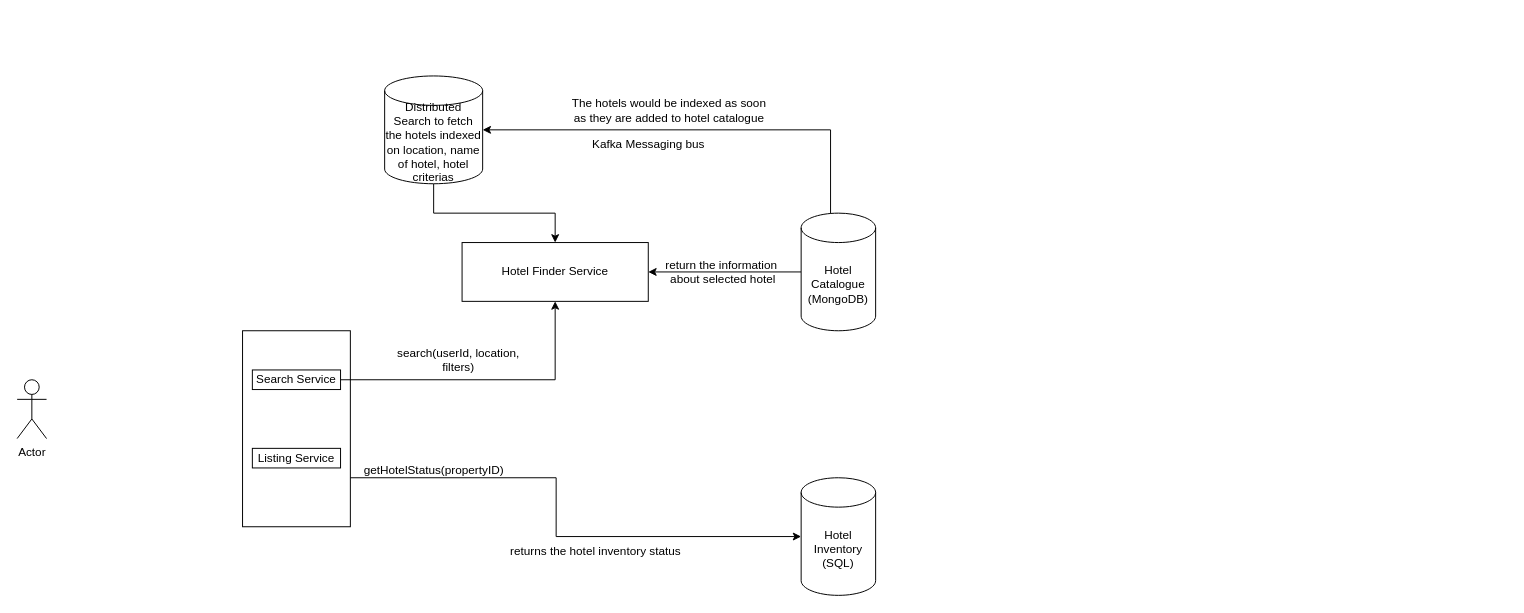
The draw.io diagram HotelManagementSystem.drawio in anshul1790/system-design-playground, before the edit. Source tidied: cells renumbered, new cells numbered last; positions are measured from the earlier drawing's top-left corner, leaving out a move shared by most shapes. Both pictures are drawn from the tidied source at 98%, with x=0, y=0 at pixel (17, 75).
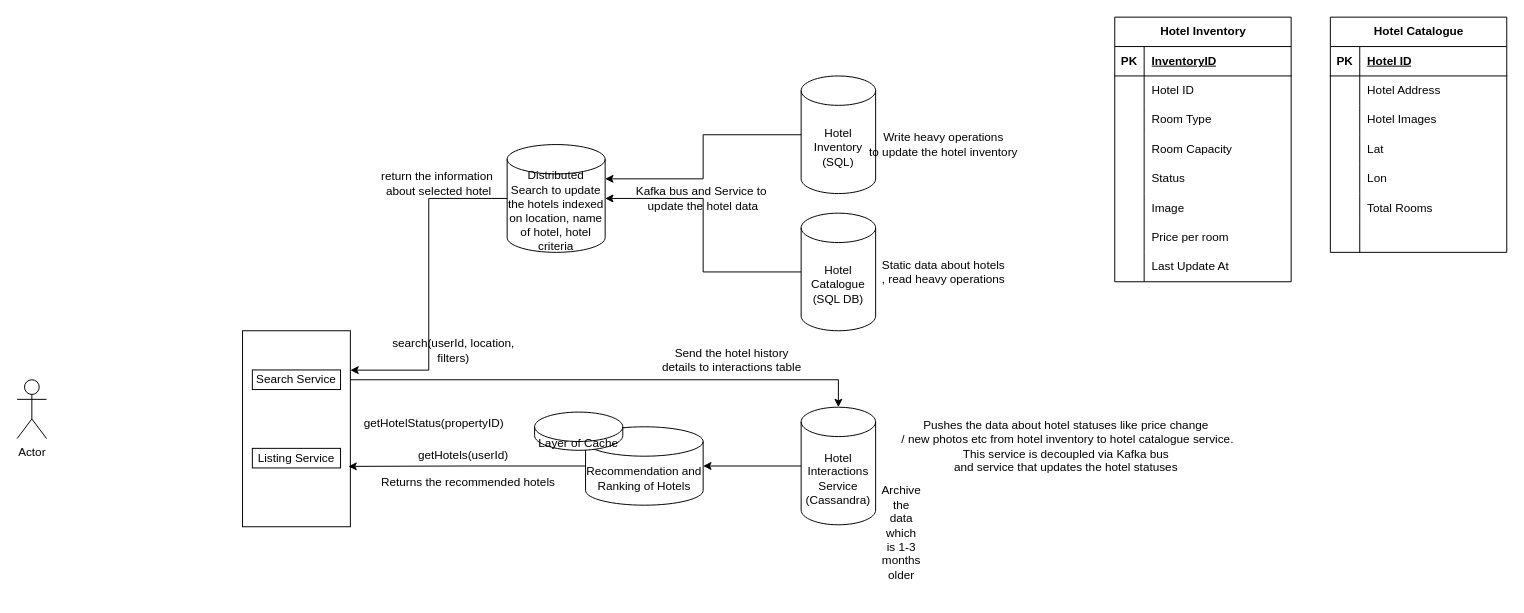
The same diagram, later.

Unchanged cells that the change refers to:
```xml
<mxCell id="2" style="rounded=0;whiteSpace=wrap;html=1;" parent="1" vertex="1">
  <mxGeometry x="230" y="260" width="110" height="200" as="geometry" />
</mxCell>
<mxCell id="12" value="Search Service" style="rounded=0;whiteSpace=wrap;html=1;" parent="1" vertex="1">
  <mxGeometry x="240" y="300" width="90" height="20" as="geometry" />
</mxCell>
```

Diff of the diagram source:
```diff
@@
-    <mxCell id="3" style="edgeStyle=orthogonalEdgeStyle;rounded=0;jettySize=auto;html=1;entryX=1;entryY=0.5;entryDx=0;entryDy=0;" parent="1" edge="1" source="4" target="14">
+    <mxCell id="3" style="edgeStyle=orthogonalEdgeStyle;rounded=0;jettySize=auto;html=1;entryX=1;entryY=0.5;entryDx=0;entryDy=0;entryPerimeter=0;" parent="1" edge="1" source="4" target="16">
       <mxGeometry relative="1" as="geometry" />
     </mxCell>
-    <mxCell id="4" value="Hotel Catalogue&lt;div&gt;(MongoDB)&lt;/div&gt;" style="shape=cylinder3;whiteSpace=wrap;html=1;boundedLbl=1;backgroundOutline=1;size=15;" parent="1" vertex="1">
+    <mxCell id="4" value="Hotel Catalogue&lt;div&gt;(SQL DB)&lt;/div&gt;" style="shape=cylinder3;whiteSpace=wrap;html=1;boundedLbl=1;backgroundOutline=1;size=15;" parent="1" vertex="1">
       <mxGeometry x="800" y="140" width="76" height="120" as="geometry" />
     </mxCell>
     <mxCell id="5" value="Hotel Inventory&lt;div&gt;(SQL)&lt;/div&gt;" style="shape=cylinder3;whiteSpace=wrap;html=1;boundedLbl=1;backgroundOutline=1;size=15;" parent="1" vertex="1">
-      <mxGeometry x="800" y="410" width="76" height="120" as="geometry" />
+      <mxGeometry x="800" width="76" height="120" as="geometry" />
     </mxCell>
     <mxCell id="6" value="search(userId, location,&lt;div&gt;filters)&lt;/div&gt;" style="text;html=1;align=center;verticalAlign=middle;strokeColor=none;fillColor=none;" parent="1" vertex="1">
-      <mxGeometry x="375" y="270" width="150" height="40" as="geometry" />
+      <mxGeometry x="370" y="260" width="150" height="40" as="geometry" />
     </mxCell>
-    <mxCell id="7" value="returns the hotel inventory status" style="text;html=1;align=center;verticalAlign=middle;strokeColor=none;fillColor=none;" parent="1" vertex="1">
-      <mxGeometry x="490" y="470" width="200" height="30" as="geometry" />
-    </mxCell>
-    <mxCell id="8" style="edgeStyle=orthogonalEdgeStyle;rounded=0;jettySize=auto;html=1;exitX=1;exitY=0.75;exitDx=0;exitDy=0;entryX=0;entryY=0.5;entryDx=0;entryDy=0;entryPerimeter=0;" parent="1" edge="1" source="2" target="5">
-      <mxGeometry relative="1" as="geometry">
-        <Array as="points">
-          <mxPoint x="550" y="410" />
-          <mxPoint x="550" y="470" />
-        </Array>
-      </mxGeometry>
-    </mxCell>
     <mxCell id="9" value="getHotelStatus(propertyID)" style="text;html=1;align=center;verticalAlign=middle;strokeColor=none;fillColor=none;" parent="1" vertex="1">
-      <mxGeometry x="340" y="388" width="170" height="30" as="geometry" />
+      <mxGeometry x="340" y="340" width="170" height="30" as="geometry" />
     </mxCell>
@@
-    <mxCell id="11" style="edgeStyle=orthogonalEdgeStyle;rounded=0;jettySize=auto;html=1;entryX=0.5;entryY=1;entryDx=0;entryDy=0;" parent="1" edge="1" source="12" target="14">
-      <mxGeometry relative="1" as="geometry" />
-    </mxCell>
@@
-    <mxCell id="14" value="Hotel Finder Service" style="rounded=0;whiteSpace=wrap;html=1;" parent="1" vertex="1">
-      <mxGeometry x="454" y="170" width="190" height="60" as="geometry" />
-    </mxCell>
-    <mxCell id="15" style="edgeStyle=orthogonalEdgeStyle;rounded=0;jettySize=auto;html=1;" parent="1" edge="1" source="16" target="14">
-      <mxGeometry relative="1" as="geometry" />
-    </mxCell>
-    <mxCell id="16" value="Distributed Search to fetch the hotels indexed on location, name of hotel, hotel criterias" style="shape=cylinder3;whiteSpace=wrap;html=1;boundedLbl=1;backgroundOutline=1;size=15;" parent="1" vertex="1">
-      <mxGeometry x="375" width="100" height="110" as="geometry" />
+    <mxCell id="16" value="Distributed Search to update the hotels indexed on location, name of hotel, hotel criteria" style="shape=cylinder3;whiteSpace=wrap;html=1;boundedLbl=1;backgroundOutline=1;size=15;" parent="1" vertex="1">
+      <mxGeometry x="500" y="70" width="100" height="110" as="geometry" />
     </mxCell>
     <mxCell id="17" value="return the information&amp;nbsp;&lt;div&gt;about selected hotel&lt;br&gt;&lt;/div&gt;" style="text;html=1;align=center;verticalAlign=middle;strokeColor=none;fillColor=none;" parent="1" vertex="1">
-      <mxGeometry x="650" y="180" width="140" height="40" as="geometry" />
+      <mxGeometry x="360" y="90" width="140" height="40" as="geometry" />
     </mxCell>
-    <mxCell id="18" style="edgeStyle=orthogonalEdgeStyle;rounded=0;jettySize=auto;html=1;entryX=1;entryY=0.5;entryDx=0;entryDy=0;entryPerimeter=0;" parent="1" edge="1" source="4" target="16">
-      <mxGeometry relative="1" as="geometry">
-        <Array as="points">
-          <mxPoint x="830" y="55" />
-        </Array>
-      </mxGeometry>
-    </mxCell>
-    <mxCell id="19" value="The hotels would be indexed as soon&lt;div&gt;as they are added to hotel catalogue&lt;/div&gt;" style="text;html=1;align=center;verticalAlign=middle;strokeColor=none;fillColor=none;" parent="1" vertex="1">
-      <mxGeometry x="555" y="15" width="220" height="40" as="geometry" />
-    </mxCell>
-    <mxCell id="20" value="Kafka Messaging bus" style="text;html=1;align=center;verticalAlign=middle;strokeColor=none;fillColor=none;" parent="1" vertex="1">
-      <mxGeometry x="574" y="55" width="140" height="30" as="geometry" />
-    </mxCell>
+    <mxCell id="21" value="Kafka bus and Service to&lt;div&gt;&amp;nbsp;update the hotel data&lt;/div&gt;" style="text;html=1;align=center;verticalAlign=middle;strokeColor=none;fillColor=none;" parent="1" vertex="1">
+      <mxGeometry x="618" y="105" width="160" height="40" as="geometry" />
+    </mxCell>
+    <mxCell id="22" value="Hotel Interactions Service&lt;div&gt;(Cassandra)&lt;/div&gt;" style="shape=cylinder3;whiteSpace=wrap;html=1;boundedLbl=1;backgroundOutline=1;size=15;" parent="1" vertex="1">
+      <mxGeometry x="800" y="338" width="76" height="120" as="geometry" />
+    </mxCell>
+    <mxCell id="23" value="&lt;div&gt;Recommendation and Ranking of Hotels&lt;/div&gt;" style="shape=cylinder3;whiteSpace=wrap;html=1;boundedLbl=1;backgroundOutline=1;size=15;" parent="1" vertex="1">
+      <mxGeometry x="580" y="358" width="120" height="80" as="geometry" />
+    </mxCell>
+    <mxCell id="24" style="edgeStyle=orthogonalEdgeStyle;rounded=0;jettySize=auto;html=1;entryX=1;entryY=0.5;entryDx=0;entryDy=0;entryPerimeter=0;" parent="1" edge="1" source="22" target="23">
+      <mxGeometry relative="1" as="geometry" />
+    </mxCell>
+    <mxCell id="25" style="edgeStyle=orthogonalEdgeStyle;rounded=0;jettySize=auto;html=1;entryX=0.982;entryY=0.692;entryDx=0;entryDy=0;entryPerimeter=0;" parent="1" edge="1" source="23" target="2">
+      <mxGeometry relative="1" as="geometry" />
+    </mxCell>
+    <mxCell id="26" style="edgeStyle=orthogonalEdgeStyle;rounded=0;jettySize=auto;html=1;exitX=1;exitY=0.25;exitDx=0;exitDy=0;entryX=0.5;entryY=0;entryDx=0;entryDy=0;entryPerimeter=0;" parent="1" edge="1" source="2" target="22">
+      <mxGeometry relative="1" as="geometry">
+        <Array as="points">
+          <mxPoint x="838" y="310" />
+        </Array>
+      </mxGeometry>
+    </mxCell>
+    <mxCell id="27" style="edgeStyle=orthogonalEdgeStyle;rounded=0;jettySize=auto;html=1;entryX=1;entryY=0.201;entryDx=0;entryDy=0;entryPerimeter=0;" parent="1" edge="1" source="16" target="2">
+      <mxGeometry relative="1" as="geometry" />
+    </mxCell>
+    <mxCell id="28" value="Send the hotel history&lt;div&gt;details to interactions table&lt;/div&gt;" style="text;html=1;align=center;verticalAlign=middle;strokeColor=none;fillColor=none;" parent="1" vertex="1">
+      <mxGeometry x="644" y="270" width="170" height="40" as="geometry" />
+    </mxCell>
+    <mxCell id="29" value="Pushes the data about hotel statuses like price change&lt;div&gt;&amp;nbsp;/ new photos etc from hotel inventory to hotel catalogue service.&lt;/div&gt;&lt;div&gt;This service is decoupled via Kafka bus&lt;/div&gt;&lt;div&gt;and service that updates the hotel statuses&lt;/div&gt;" style="text;html=1;align=center;verticalAlign=middle;strokeColor=none;fillColor=none;" parent="1" vertex="1">
+      <mxGeometry x="885" y="343" width="370" height="70" as="geometry" />
+    </mxCell>
+    <mxCell id="30" value="Returns the recommended hotels" style="text;html=1;align=center;verticalAlign=middle;strokeColor=none;fillColor=none;" parent="1" vertex="1">
+      <mxGeometry x="360" y="400" width="200" height="30" as="geometry" />
+    </mxCell>
+    <mxCell id="31" value="&lt;div&gt;Layer of Cache&lt;/div&gt;" style="shape=cylinder3;whiteSpace=wrap;html=1;boundedLbl=1;backgroundOutline=1;size=15;" parent="1" vertex="1">
+      <mxGeometry x="528" y="343" width="90" height="39" as="geometry" />
+    </mxCell>
+    <mxCell id="32" value="getHotels(userId)" style="text;html=1;align=center;verticalAlign=middle;strokeColor=none;fillColor=none;" parent="1" vertex="1">
+      <mxGeometry x="400" y="374" width="110" height="26" as="geometry" />
+    </mxCell>
+    <mxCell id="33" value="&lt;br class=&quot;Apple-interchange-newline&quot;&gt;&lt;span style=&quot;text-wrap-mode: wrap;&quot;&gt;Archive the data which is 1-3 months older&lt;/span&gt;" style="text;html=1;align=center;verticalAlign=middle;strokeColor=none;fillColor=none;" parent="1" vertex="1">
+      <mxGeometry x="780" y="438" width="244" height="41" as="geometry" />
+    </mxCell>
+    <mxCell id="34" value="Hotel Inventory" style="shape=table;startSize=30;childLayout=tableLayout;rowLines=0;fontStyle=1;align=center;html=1;" parent="1" vertex="1">
+      <mxGeometry x="1120" y="-60" width="180" height="270" as="geometry" />
+    </mxCell>
+    <mxCell id="35" style="shape=tableRow;horizontal=0;startSize=0;swimlaneHead=0;swimlaneBody=0;fillColor=none;top=0;left=0;right=0;bottom=1;" parent="34" vertex="1">
+      <mxGeometry y="30" width="180" height="30" as="geometry" />
+    </mxCell>
+    <mxCell id="36" value="PK" style="shape=partialRectangle;fillColor=none;top=0;left=0;bottom=0;right=0;fontStyle=1;overflow=hidden;whiteSpace=wrap;html=1;" parent="35" vertex="1">
+      <mxGeometry width="30" height="30" as="geometry" />
+    </mxCell>
+    <mxCell id="37" value="InventoryID" style="shape=partialRectangle;fillColor=none;top=0;left=0;bottom=0;right=0;align=left;spacingLeft=6;fontStyle=5;overflow=hidden;whiteSpace=wrap;html=1;" parent="35" vertex="1">
+      <mxGeometry x="30" width="150" height="30" as="geometry" />
+    </mxCell>
+    <mxCell id="38" style="shape=tableRow;horizontal=0;startSize=0;swimlaneHead=0;swimlaneBody=0;fillColor=none;top=0;left=0;right=0;bottom=0;" parent="34" vertex="1">
+      <mxGeometry y="60" width="180" height="30" as="geometry" />
+    </mxCell>
+    <mxCell id="39" style="shape=partialRectangle;fillColor=none;top=0;left=0;bottom=0;right=0;overflow=hidden;whiteSpace=wrap;html=1;" parent="38" vertex="1">
+      <mxGeometry width="30" height="30" as="geometry" />
+    </mxCell>
+    <mxCell id="40" value="Hotel ID" style="shape=partialRectangle;fillColor=none;top=0;left=0;bottom=0;right=0;align=left;spacingLeft=6;overflow=hidden;whiteSpace=wrap;html=1;" parent="38" vertex="1">
+      <mxGeometry x="30" width="150" height="30" as="geometry" />
+    </mxCell>
+    <mxCell id="41" style="shape=tableRow;horizontal=0;startSize=0;swimlaneHead=0;swimlaneBody=0;fillColor=none;top=0;left=0;right=0;bottom=0;" parent="34" vertex="1">
+      <mxGeometry y="90" width="180" height="30" as="geometry" />
+    </mxCell>
+    <mxCell id="42" style="shape=partialRectangle;fillColor=none;top=0;left=0;bottom=0;right=0;overflow=hidden;whiteSpace=wrap;html=1;" parent="41" vertex="1">
+      <mxGeometry width="30" height="30" as="geometry" />
+    </mxCell>
+    <mxCell id="43" value="Room Type" style="shape=partialRectangle;fillColor=none;top=0;left=0;bottom=0;right=0;align=left;spacingLeft=6;overflow=hidden;whiteSpace=wrap;html=1;" parent="41" vertex="1">
+      <mxGeometry x="30" width="150" height="30" as="geometry" />
+    </mxCell>
+    <mxCell id="44" style="shape=tableRow;horizontal=0;startSize=0;swimlaneHead=0;swimlaneBody=0;fillColor=none;top=0;left=0;right=0;bottom=0;" parent="34" vertex="1">
+      <mxGeometry y="120" width="180" height="30" as="geometry" />
+    </mxCell>
+    <mxCell id="45" style="shape=partialRectangle;fillColor=none;top=0;left=0;bottom=0;right=0;overflow=hidden;whiteSpace=wrap;html=1;" parent="44" vertex="1">
+      <mxGeometry width="30" height="30" as="geometry" />
+    </mxCell>
+    <mxCell id="46" value="Room Capacity" style="shape=partialRectangle;fillColor=none;top=0;left=0;bottom=0;right=0;align=left;spacingLeft=6;overflow=hidden;whiteSpace=wrap;html=1;" parent="44" vertex="1">
+      <mxGeometry x="30" width="150" height="30" as="geometry" />
+    </mxCell>
+    <mxCell id="47" style="shape=tableRow;horizontal=0;startSize=0;swimlaneHead=0;swimlaneBody=0;fillColor=none;top=0;left=0;right=0;bottom=0;" parent="34" vertex="1">
+      <mxGeometry y="150" width="180" height="30" as="geometry" />
+    </mxCell>
+    <mxCell id="48" style="shape=partialRectangle;fillColor=none;top=0;left=0;bottom=0;right=0;overflow=hidden;whiteSpace=wrap;html=1;" parent="47" vertex="1">
+      <mxGeometry width="30" height="30" as="geometry" />
+    </mxCell>
+    <mxCell id="49" value="Status" style="shape=partialRectangle;fillColor=none;top=0;left=0;bottom=0;right=0;align=left;spacingLeft=6;overflow=hidden;whiteSpace=wrap;html=1;" parent="47" vertex="1">
+      <mxGeometry x="30" width="150" height="30" as="geometry" />
+    </mxCell>
+    <mxCell id="50" style="shape=tableRow;horizontal=0;startSize=0;swimlaneHead=0;swimlaneBody=0;fillColor=none;top=0;left=0;right=0;bottom=0;" parent="34" vertex="1">
+      <mxGeometry y="180" width="180" height="30" as="geometry" />
+    </mxCell>
+    <mxCell id="51" style="shape=partialRectangle;fillColor=none;top=0;left=0;bottom=0;right=0;overflow=hidden;whiteSpace=wrap;html=1;" parent="50" vertex="1">
+      <mxGeometry width="30" height="30" as="geometry" />
+    </mxCell>
+    <mxCell id="52" value="Image" style="shape=partialRectangle;fillColor=none;top=0;left=0;bottom=0;right=0;align=left;spacingLeft=6;overflow=hidden;whiteSpace=wrap;html=1;" parent="50" vertex="1">
+      <mxGeometry x="30" width="150" height="30" as="geometry" />
+    </mxCell>
+    <mxCell id="53" style="shape=tableRow;horizontal=0;startSize=0;swimlaneHead=0;swimlaneBody=0;fillColor=none;top=0;left=0;right=0;bottom=0;" parent="34" vertex="1">
+      <mxGeometry y="210" width="180" height="30" as="geometry" />
+    </mxCell>
+    <mxCell id="54" style="shape=partialRectangle;fillColor=none;top=0;left=0;bottom=0;right=0;overflow=hidden;whiteSpace=wrap;html=1;" parent="53" vertex="1">
+      <mxGeometry width="30" height="30" as="geometry" />
+    </mxCell>
+    <mxCell id="55" value="Price per room" style="shape=partialRectangle;fillColor=none;top=0;left=0;bottom=0;right=0;align=left;spacingLeft=6;overflow=hidden;whiteSpace=wrap;html=1;" parent="53" vertex="1">
+      <mxGeometry x="30" width="150" height="30" as="geometry" />
+    </mxCell>
+    <mxCell id="56" style="shape=tableRow;horizontal=0;startSize=0;swimlaneHead=0;swimlaneBody=0;fillColor=none;top=0;left=0;right=0;bottom=0;" parent="34" vertex="1">
+      <mxGeometry y="240" width="180" height="30" as="geometry" />
+    </mxCell>
+    <mxCell id="57" style="shape=partialRectangle;fillColor=none;top=0;left=0;bottom=0;right=0;overflow=hidden;whiteSpace=wrap;html=1;" parent="56" vertex="1">
+      <mxGeometry width="30" height="30" as="geometry" />
+    </mxCell>
+    <mxCell id="58" value="Last Update At" style="shape=partialRectangle;fillColor=none;top=0;left=0;bottom=0;right=0;align=left;spacingLeft=6;overflow=hidden;whiteSpace=wrap;html=1;" parent="56" vertex="1">
+      <mxGeometry x="30" width="150" height="30" as="geometry" />
+    </mxCell>
+    <mxCell id="59" value="Hotel Catalogue" style="shape=table;startSize=30;childLayout=tableLayout;rowLines=0;fontStyle=1;align=center;html=1;" parent="1" vertex="1">
+      <mxGeometry x="1340" y="-60" width="180" height="240" as="geometry" />
+    </mxCell>
+    <mxCell id="60" style="shape=tableRow;horizontal=0;startSize=0;swimlaneHead=0;swimlaneBody=0;fillColor=none;top=0;left=0;right=0;bottom=1;" parent="59" vertex="1">
+      <mxGeometry y="30" width="180" height="30" as="geometry" />
+    </mxCell>
+    <mxCell id="61" value="PK" style="shape=partialRectangle;fillColor=none;top=0;left=0;bottom=0;right=0;fontStyle=1;overflow=hidden;whiteSpace=wrap;html=1;" parent="60" vertex="1">
+      <mxGeometry width="30" height="30" as="geometry" />
+    </mxCell>
+    <mxCell id="62" value="Hotel ID" style="shape=partialRectangle;fillColor=none;top=0;left=0;bottom=0;right=0;align=left;spacingLeft=6;fontStyle=5;overflow=hidden;whiteSpace=wrap;html=1;" parent="60" vertex="1">
+      <mxGeometry x="30" width="150" height="30" as="geometry" />
+    </mxCell>
+    <mxCell id="63" style="shape=tableRow;horizontal=0;startSize=0;swimlaneHead=0;swimlaneBody=0;fillColor=none;top=0;left=0;right=0;bottom=0;" parent="59" vertex="1">
+      <mxGeometry y="60" width="180" height="30" as="geometry" />
+    </mxCell>
+    <mxCell id="64" style="shape=partialRectangle;fillColor=none;top=0;left=0;bottom=0;right=0;overflow=hidden;whiteSpace=wrap;html=1;" parent="63" vertex="1">
+      <mxGeometry width="30" height="30" as="geometry" />
+    </mxCell>
+    <mxCell id="65" value="Hotel Address" style="shape=partialRectangle;fillColor=none;top=0;left=0;bottom=0;right=0;align=left;spacingLeft=6;overflow=hidden;whiteSpace=wrap;html=1;" parent="63" vertex="1">
+      <mxGeometry x="30" width="150" height="30" as="geometry" />
+    </mxCell>
+    <mxCell id="66" style="shape=tableRow;horizontal=0;startSize=0;swimlaneHead=0;swimlaneBody=0;fillColor=none;top=0;left=0;right=0;bottom=0;" parent="59" vertex="1">
+      <mxGeometry y="90" width="180" height="30" as="geometry" />
+    </mxCell>
+    <mxCell id="67" style="shape=partialRectangle;fillColor=none;top=0;left=0;bottom=0;right=0;overflow=hidden;whiteSpace=wrap;html=1;" parent="66" vertex="1">
+      <mxGeometry width="30" height="30" as="geometry" />
+    </mxCell>
+    <mxCell id="68" value="Hotel Images" style="shape=partialRectangle;fillColor=none;top=0;left=0;bottom=0;right=0;align=left;spacingLeft=6;overflow=hidden;whiteSpace=wrap;html=1;" parent="66" vertex="1">
+      <mxGeometry x="30" width="150" height="30" as="geometry" />
+    </mxCell>
+    <mxCell id="69" style="shape=tableRow;horizontal=0;startSize=0;swimlaneHead=0;swimlaneBody=0;fillColor=none;top=0;left=0;right=0;bottom=0;" parent="59" vertex="1">
+      <mxGeometry y="120" width="180" height="30" as="geometry" />
+    </mxCell>
+    <mxCell id="70" style="shape=partialRectangle;fillColor=none;top=0;left=0;bottom=0;right=0;overflow=hidden;whiteSpace=wrap;html=1;" parent="69" vertex="1">
+      <mxGeometry width="30" height="30" as="geometry" />
+    </mxCell>
+    <mxCell id="71" value="Lat" style="shape=partialRectangle;fillColor=none;top=0;left=0;bottom=0;right=0;align=left;spacingLeft=6;overflow=hidden;whiteSpace=wrap;html=1;" parent="69" vertex="1">
+      <mxGeometry x="30" width="150" height="30" as="geometry" />
+    </mxCell>
+    <mxCell id="72" style="shape=tableRow;horizontal=0;startSize=0;swimlaneHead=0;swimlaneBody=0;fillColor=none;top=0;left=0;right=0;bottom=0;" parent="59" vertex="1">
+      <mxGeometry y="150" width="180" height="30" as="geometry" />
+    </mxCell>
+    <mxCell id="73" style="shape=partialRectangle;fillColor=none;top=0;left=0;bottom=0;right=0;overflow=hidden;whiteSpace=wrap;html=1;" parent="72" vertex="1">
+      <mxGeometry width="30" height="30" as="geometry" />
+    </mxCell>
+    <mxCell id="74" value="Lon" style="shape=partialRectangle;fillColor=none;top=0;left=0;bottom=0;right=0;align=left;spacingLeft=6;overflow=hidden;whiteSpace=wrap;html=1;" parent="72" vertex="1">
+      <mxGeometry x="30" width="150" height="30" as="geometry" />
+    </mxCell>
+    <mxCell id="75" style="shape=tableRow;horizontal=0;startSize=0;swimlaneHead=0;swimlaneBody=0;fillColor=none;top=0;left=0;right=0;bottom=0;" parent="59" vertex="1">
+      <mxGeometry y="180" width="180" height="30" as="geometry" />
+    </mxCell>
+    <mxCell id="76" style="shape=partialRectangle;fillColor=none;top=0;left=0;bottom=0;right=0;overflow=hidden;whiteSpace=wrap;html=1;" parent="75" vertex="1">
+      <mxGeometry width="30" height="30" as="geometry" />
+    </mxCell>
+    <mxCell id="77" value="Total Rooms" style="shape=partialRectangle;fillColor=none;top=0;left=0;bottom=0;right=0;align=left;spacingLeft=6;overflow=hidden;whiteSpace=wrap;html=1;" parent="75" vertex="1">
+      <mxGeometry x="30" width="150" height="30" as="geometry" />
+    </mxCell>
+    <mxCell id="78" style="shape=tableRow;horizontal=0;startSize=0;swimlaneHead=0;swimlaneBody=0;fillColor=none;top=0;left=0;right=0;bottom=0;" parent="59" vertex="1">
+      <mxGeometry y="210" width="180" height="30" as="geometry" />
+    </mxCell>
+    <mxCell id="79" style="shape=partialRectangle;fillColor=none;top=0;left=0;bottom=0;right=0;overflow=hidden;whiteSpace=wrap;html=1;" parent="78" vertex="1">
+      <mxGeometry width="30" height="30" as="geometry" />
+    </mxCell>
+    <mxCell id="80" style="shape=partialRectangle;fillColor=none;top=0;left=0;bottom=0;right=0;align=left;spacingLeft=6;overflow=hidden;whiteSpace=wrap;html=1;" parent="78" vertex="1">
+      <mxGeometry x="30" width="150" height="30" as="geometry" />
+    </mxCell>
+    <mxCell id="81" style="edgeStyle=orthogonalEdgeStyle;rounded=0;jettySize=auto;html=1;entryX=1;entryY=0;entryDx=0;entryDy=35;entryPerimeter=0;" parent="1" edge="1" source="5" target="16">
+      <mxGeometry relative="1" as="geometry" />
+    </mxCell>
+    <mxCell id="82" value="Static data about hotels&lt;div&gt;, read heavy operations&lt;/div&gt;" style="text;html=1;align=center;verticalAlign=middle;strokeColor=none;fillColor=none;" parent="1" vertex="1">
+      <mxGeometry x="870" y="180" width="150" height="40" as="geometry" />
+    </mxCell>
+    <mxCell id="83" value="Write heavy operations&lt;div&gt;to update the hotel inventory&lt;/div&gt;" style="text;html=1;align=center;verticalAlign=middle;strokeColor=none;fillColor=none;" parent="1" vertex="1">
+      <mxGeometry x="860" y="50" width="170" height="40" as="geometry" />
+    </mxCell>
```
